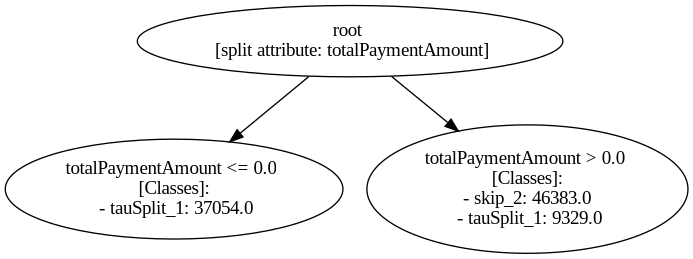
The Graphviz diagram figures/Road_Traffic_Fine_Management_Process-p_2-9.gv.png in piepor/multiple-paths-decision-mining, before a commit. Its source is kept beside it as figures/Road_Traffic_Fine_Management_Process-p_2-9.gv.
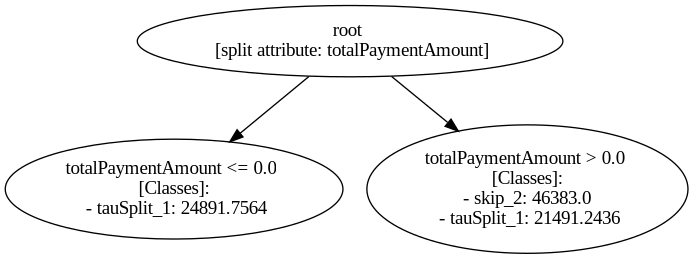
Above is the later version.

What changed in the source:
```diff
@@ -1,13 +1,13 @@
 digraph "Road_Traffic_Fine_Management_Process-p_2-9" {
-	"efffc697-6e58-4c19-a6e3-342dc66fc5f3" [label="root
+	"04a3c675-34ab-4149-9ce5-44317215792b" [label="root
  [split attribute: totalPaymentAmount]"]
-	"6a1ac341-11c9-48d9-a21f-24278fdcb988" [label="totalPaymentAmount <= 0.0
+	"ef445443-4270-4da8-aebf-ed6c28fd6e0c" [label="totalPaymentAmount <= 0.0
  [Classes]:
- - tauSplit_1: 37054.0"]
-	"efffc697-6e58-4c19-a6e3-342dc66fc5f3" -> "6a1ac341-11c9-48d9-a21f-24278fdcb988"
-	"8a1c7fa0-313d-48d1-8d52-0edcead1fc25" [label="totalPaymentAmount > 0.0
+ - tauSplit_1: 24891.7564"]
+	"04a3c675-34ab-4149-9ce5-44317215792b" -> "ef445443-4270-4da8-aebf-ed6c28fd6e0c"
+	"2fdc7f7f-6fe2-4fe5-9c66-4886ceb65489" [label="totalPaymentAmount > 0.0
  [Classes]:
  - skip_2: 46383.0
- - tauSplit_1: 9329.0"]
-	"efffc697-6e58-4c19-a6e3-342dc66fc5f3" -> "8a1c7fa0-313d-48d1-8d52-0edcead1fc25"
+ - tauSplit_1: 21491.2436"]
+	"04a3c675-34ab-4149-9ce5-44317215792b" -> "2fdc7f7f-6fe2-4fe5-9c66-4886ceb65489"
 }
```
